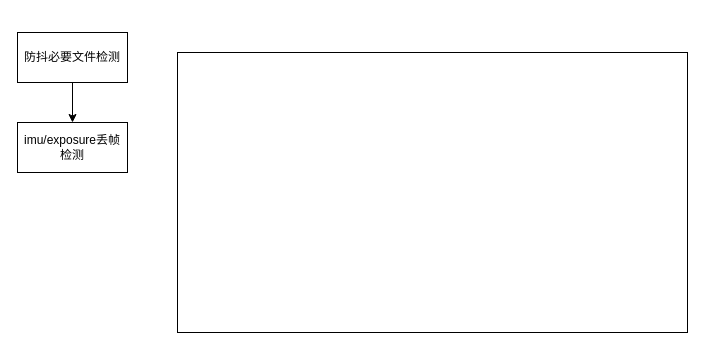
The draw.io diagram diag/Untitled Diagram.drawio in menzehua/drawio, before the edit. Source tidied: cells renumbered, new cells numbered last; positions are measured from the earlier drawing's top-left corner, leaving out a move shared by most shapes. Both pictures are drawn from the tidied source at 100%, with x=0, y=0 at pixel (17, 32).
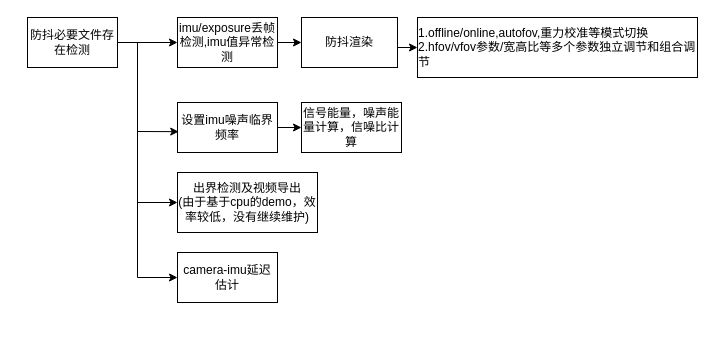
Above is the later version.

Diff of the diagram source:
```diff
@@
-    <mxCell id="2" value="防抖必要文件检测" style="rounded=0;whiteSpace=wrap;html=1;" parent="1" vertex="1">
-      <mxGeometry width="110" height="50" as="geometry" />
+    <mxCell id="2" value="防抖必要文件存在检测" style="rounded=0;whiteSpace=wrap;html=1;" parent="1" vertex="1">
+      <mxGeometry x="10" y="-15" width="90" height="50" as="geometry" />
     </mxCell>
-    <mxCell id="3" style="endArrow=classic;html=1;rounded=0;exitX=0.5;exitY=1;exitDx=0;exitDy=0;" parent="1" edge="1" source="2">
-      <mxGeometry relative="1" as="geometry">
-        <mxPoint x="55" y="90" as="targetPoint" />
-      </mxGeometry>
+    <mxCell id="3" style="endArrow=classic;html=1;rounded=0;exitX=1;exitY=0.5;exitDx=0;exitDy=0;entryX=0;entryY=0.5;entryDx=0;entryDy=0;" parent="1" edge="1" source="2" target="4">
+      <mxGeometry relative="1" as="geometry" />
     </mxCell>
-    <mxCell id="4" value="imu/exposure丢帧检测" style="rounded=0;whiteSpace=wrap;html=1;" parent="1" vertex="1">
-      <mxGeometry y="90" width="110" height="50" as="geometry" />
+    <mxCell id="4" value="&lt;div&gt;imu/exposure丢帧检测,imu值异常检测&lt;/div&gt;" style="rounded=0;whiteSpace=wrap;html=1;" parent="1" vertex="1">
+      <mxGeometry x="160" y="-15" width="100" height="50" as="geometry" />
     </mxCell>
-    <mxCell id="5" style="rounded=0;whiteSpace=wrap;html=1;" parent="1" vertex="1">
-      <mxGeometry x="160" y="20" width="510" height="280" as="geometry" />
-    </mxCell>
+    <mxCell id="6" value="&lt;div&gt;防抖渲染&lt;br&gt;&lt;/div&gt;" style="rounded=0;whiteSpace=wrap;html=1;" parent="1" vertex="1">
+      <mxGeometry x="284" y="-15" width="96" height="50" as="geometry" />
+    </mxCell>
+    <mxCell id="7" style="endArrow=classic;html=1;rounded=0;entryX=0;entryY=0.5;entryDx=0;entryDy=0;exitX=1;exitY=0.5;exitDx=0;exitDy=0;" parent="1" edge="1" source="4" target="6">
+      <mxGeometry relative="1" as="geometry" />
+    </mxCell>
+    <mxCell id="8" value="&lt;div&gt;设置imu噪声临界频率&lt;/div&gt;" style="rounded=0;whiteSpace=wrap;html=1;" parent="1" vertex="1">
+      <mxGeometry x="160" y="70" width="100" height="50" as="geometry" />
+    </mxCell>
+    <mxCell id="9" value="信号能量，噪声能量计算，信噪比计算" style="rounded=0;whiteSpace=wrap;html=1;" parent="1" vertex="1">
+      <mxGeometry x="284" y="70" width="100" height="50" as="geometry" />
+    </mxCell>
+    <mxCell id="10" style="endArrow=classic;html=1;rounded=0;exitX=1;exitY=0.5;exitDx=0;exitDy=0;entryX=0;entryY=0.5;entryDx=0;entryDy=0;" parent="1" edge="1" source="8" target="9">
+      <mxGeometry relative="1" as="geometry" />
+    </mxCell>
+    <mxCell id="11" value="&lt;div align=&quot;left&quot;&gt;1.offline/online,autofov,重力校准等模式切换&lt;/div&gt;&lt;div align=&quot;left&quot;&gt;2.hfov/vfov参数/宽高比等多个参数独立调节和组合调节&lt;br&gt;&lt;/div&gt;" style="rounded=0;whiteSpace=wrap;html=1;" parent="1" vertex="1">
+      <mxGeometry x="400" y="-15" width="280" height="60" as="geometry" />
+    </mxCell>
+    <mxCell id="12" style="endArrow=classic;html=1;rounded=0;shadow=0;" parent="1" edge="1">
+      <mxGeometry relative="1" as="geometry">
+        <mxPoint x="380" y="15" as="sourcePoint" />
+        <mxPoint x="400" y="15" as="targetPoint" />
+      </mxGeometry>
+    </mxCell>
+    <mxCell id="13" style="endArrow=classic;html=1;rounded=0;entryX=0;entryY=0.5;entryDx=0;entryDy=0;" parent="1" edge="1" target="15">
+      <mxGeometry relative="1" as="geometry">
+        <mxPoint x="120" y="10" as="sourcePoint" />
+        <Array as="points">
+          <mxPoint x="120" y="245" />
+        </Array>
+      </mxGeometry>
+    </mxCell>
+    <mxCell id="14" style="endArrow=classic;html=1;rounded=0;entryX=0.012;entryY=0.583;entryDx=0;entryDy=0;entryPerimeter=0;" parent="1" edge="1" target="8">
+      <mxGeometry relative="1" as="geometry">
+        <mxPoint x="120" y="99" as="sourcePoint" />
+      </mxGeometry>
+    </mxCell>
+    <mxCell id="15" value="camera-imu延迟估计" style="rounded=0;whiteSpace=wrap;html=1;" parent="1" vertex="1">
+      <mxGeometry x="160" y="220" width="100" height="50" as="geometry" />
+    </mxCell>
+    <mxCell id="16" value="&lt;div&gt;出界检测及视频导出&lt;/div&gt;&lt;div&gt;(由于基于cpu的demo，效率较低，没有继续维护)&lt;br&gt;&lt;/div&gt;" style="rounded=0;whiteSpace=wrap;html=1;" parent="1" vertex="1">
+      <mxGeometry x="160" y="140" width="140" height="60" as="geometry" />
+    </mxCell>
+    <mxCell id="17" style="endArrow=classic;html=1;rounded=0;entryX=0;entryY=0.5;entryDx=0;entryDy=0;" parent="1" edge="1" target="16">
+      <mxGeometry relative="1" as="geometry">
+        <mxPoint x="120" y="170" as="sourcePoint" />
+      </mxGeometry>
+    </mxCell>
```
